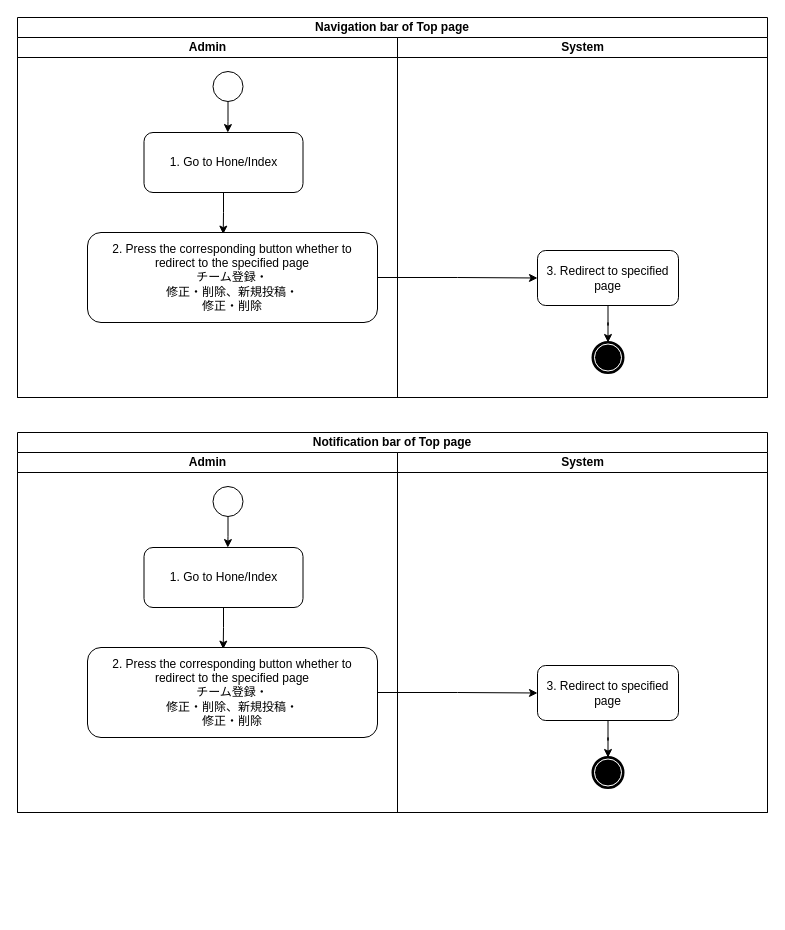
This is page "8. Top page" (8 of 11) of 「スクラム活動」Activity Diagram.drawio from thuy-ocg/Test, a draw.io file, before an edit. Source tidied: cells renumbered, new cells numbered last; positions are measured from the earlier drawing's top-left corner, leaving out a move shared by most shapes. Both pictures are drawn from the tidied source at 100%, with x=0, y=0 at pixel (17, 17).
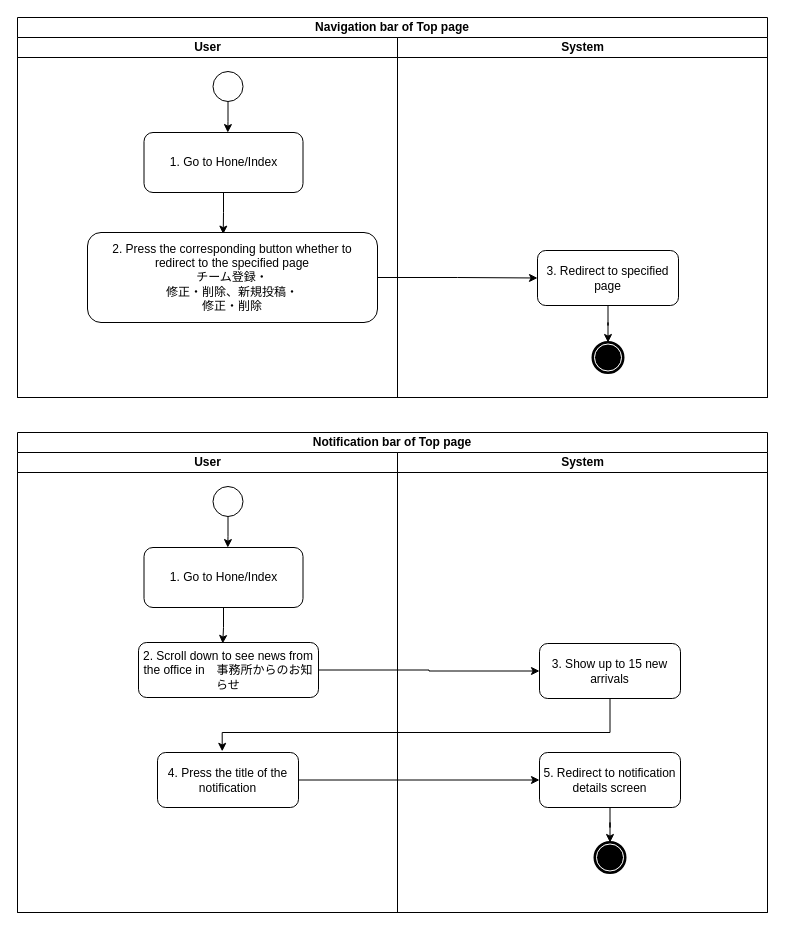
Above is the later version.

Commit message (it also covers changes not shown here):
Update 「スクラム活動」Activity Diagram.drawio

Unchanged cells that the change refers to:
```xml
<mxCell id="2" value="Navigation bar of Top page" style="swimlane;html=1;startSize=20;whiteSpace=wrap;" parent="1" vertex="1">
  <mxGeometry width="750" height="380" as="geometry" />
</mxCell>
```

What changed in the source:
```diff
@@
-    <mxCell id="3" value="Admin" style="swimlane;html=1;startSize=20;" parent="2" vertex="1">
+    <mxCell id="3" value="User" style="swimlane;html=1;startSize=20;" parent="2" vertex="1">
       <mxGeometry y="20" width="380" height="360" as="geometry" />
     </mxCell>
@@
     <mxCell id="14" value="Notification bar of Top page" style="swimlane;html=1;startSize=20;whiteSpace=wrap;" parent="1" vertex="1">
-      <mxGeometry y="415" width="750" height="380" as="geometry" />
+      <mxGeometry y="415" width="750" height="480" as="geometry" />
     </mxCell>
-    <mxCell id="15" value="Admin" style="swimlane;html=1;startSize=20;" parent="14" vertex="1">
-      <mxGeometry y="20" width="380" height="360" as="geometry" />
+    <mxCell id="15" value="User" style="swimlane;html=1;startSize=20;" parent="14" vertex="1">
+      <mxGeometry y="20" width="380" height="460" as="geometry" />
     </mxCell>
@@
-    <mxCell id="20" value="2. Press the corresponding button whether to redirect&amp;nbsp;to the specified page&lt;br&gt;&lt;div&gt;チーム登録・&lt;/div&gt;&lt;div&gt;修正・削除、新規投稿・&lt;/div&gt;&lt;div&gt;修正・削除&lt;/div&gt;" style="rounded=1;whiteSpace=wrap;html=1;" parent="15" vertex="1">
-      <mxGeometry x="70" y="195" width="290" height="90" as="geometry" />
+    <mxCell id="20" value="2.&amp;nbsp;Scroll down to see news from the office in　事務所からのお知らせ" style="rounded=1;whiteSpace=wrap;html=1;" parent="15" vertex="1">
+      <mxGeometry x="121" y="190" width="180" height="55" as="geometry" />
     </mxCell>
+    <mxCell id="26" value="4.&amp;nbsp;Press the title of the notification" style="rounded=1;whiteSpace=wrap;html=1;" parent="15" vertex="1">
+      <mxGeometry x="140" y="300" width="141" height="55" as="geometry" />
+    </mxCell>
@@
     <mxCell id="22" value="System" style="swimlane;html=1;startSize=20;" parent="14" vertex="1">
-      <mxGeometry x="380" y="20" width="370" height="360" as="geometry" />
+      <mxGeometry x="380" y="20" width="370" height="460" as="geometry" />
     </mxCell>
-    <mxCell id="23" style="points=[[0.145,0.145,0],[0.5,0,0],[0.855,0.145,0],[1,0.5,0],[0.855,0.855,0],[0.5,1,0],[0.145,0.855,0],[0,0.5,0]];shape=mxgraph.bpmn.event;html=1;verticalLabelPosition=bottom;labelBackgroundColor=#ffffff;verticalAlign=top;align=center;perimeter=ellipsePerimeter;outlineConnect=0;outline=end;symbol=terminate;" parent="22" vertex="1">
-      <mxGeometry x="195.5" y="305" width="30" height="30" as="geometry" />
-    </mxCell>
-    <mxCell id="24" style="edgeStyle=orthogonalEdgeStyle;rounded=0;jettySize=auto;html=1;entryX=0.5;entryY=0;entryDx=0;entryDy=0;entryPerimeter=0;" parent="22" edge="1" source="25" target="23">
-      <mxGeometry relative="1" as="geometry" />
-    </mxCell>
-    <mxCell id="25" value="3. Redirect to specified page" style="rounded=1;whiteSpace=wrap;html=1;" parent="22" vertex="1">
-      <mxGeometry x="140" y="213" width="141" height="55" as="geometry" />
+    <mxCell id="25" value="3. Show up to 15 new arrivals" style="rounded=1;whiteSpace=wrap;html=1;" parent="22" vertex="1">
+      <mxGeometry x="142" y="191" width="141" height="55" as="geometry" />
     </mxCell>
+    <mxCell id="27" style="edgeStyle=orthogonalEdgeStyle;rounded=0;jettySize=auto;html=1;entryX=0.5;entryY=0;entryDx=0;entryDy=0;entryPerimeter=0;" parent="22" edge="1" source="28" target="29">
+      <mxGeometry relative="1" as="geometry" />
+    </mxCell>
+    <mxCell id="28" value="5. Redirect to notification details screen" style="rounded=1;whiteSpace=wrap;html=1;" parent="22" vertex="1">
+      <mxGeometry x="142" y="300" width="141" height="55" as="geometry" />
+    </mxCell>
+    <mxCell id="29" style="points=[[0.145,0.145,0],[0.5,0,0],[0.855,0.145,0],[1,0.5,0],[0.855,0.855,0],[0.5,1,0],[0.145,0.855,0],[0,0.5,0]];shape=mxgraph.bpmn.event;html=1;verticalLabelPosition=bottom;labelBackgroundColor=#ffffff;verticalAlign=top;align=center;perimeter=ellipsePerimeter;outlineConnect=0;outline=end;symbol=terminate;" parent="22" vertex="1">
+      <mxGeometry x="197.5" y="390" width="30" height="30" as="geometry" />
+    </mxCell>
+    <mxCell id="30" style="edgeStyle=orthogonalEdgeStyle;rounded=0;jettySize=auto;html=1;entryX=0.459;entryY=-0.021;entryDx=0;entryDy=0;entryPerimeter=0;" parent="14" edge="1" source="25" target="26">
+      <mxGeometry relative="1" as="geometry">
+        <Array as="points">
+          <mxPoint x="593" y="300" />
+          <mxPoint x="205" y="300" />
+        </Array>
+      </mxGeometry>
+    </mxCell>
+    <mxCell id="31" style="edgeStyle=orthogonalEdgeStyle;rounded=0;jettySize=auto;html=1;entryX=0;entryY=0.5;entryDx=0;entryDy=0;" parent="14" edge="1" source="26" target="28">
+      <mxGeometry relative="1" as="geometry" />
+    </mxCell>
```
